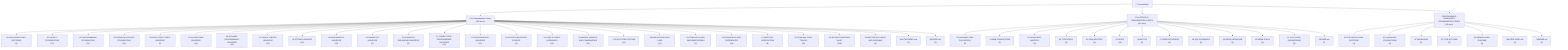
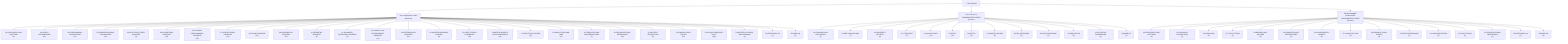
```mermaid
graph TD
  ROOT["🧠 Second Brain"]
  ROOT --> C_dsa_grandmaster_codex["DSA-Grandmaster-Codex<br/>(460 docs)"]
  C_dsa_grandmaster_codex --> C_dsa_grandmaster_codex_00_philosophy_and_doctrine["00-PHILOSOPHY-AND-DOCTRINE<br/>(9)"]
  C_dsa_grandmaster_codex --> C_dsa_grandmaster_codex_01_levels_progression["01-LEVELS-PROGRESSION<br/>(12)"]
  C_dsa_grandmaster_codex --> C_dsa_grandmaster_codex_02_programming_foundations["02-PROGRAMMING-FOUNDATIONS<br/>(11)"]
  C_dsa_grandmaster_codex --> C_dsa_grandmaster_codex_03_problem_solving_foundations["03-PROBLEM-SOLVING-FOUNDATIONS<br/>(13)"]
  C_dsa_grandmaster_codex --> C_dsa_grandmaster_codex_04_data_structures_universe["04-DATA-STRUCTURES-UNIVERSE<br/>(9)"]
  C_dsa_grandmaster_codex --> C_dsa_grandmaster_codex_05_algorithms_universe["05-ALGORITHMS-UNIVERSE<br/>(10)"]
  C_dsa_grandmaster_codex --> C_dsa_grandmaster_codex_06_dynamic_programming_universe["06-DYNAMIC-PROGRAMMING-UNIVERSE<br/>(22)"]
  C_dsa_grandmaster_codex --> C_dsa_grandmaster_codex_07_graph_theory_universe["07-GRAPH-THEORY-UNIVERSE<br/>(21)"]
  C_dsa_grandmaster_codex --> C_dsa_grandmaster_codex_08_string_universe["08-STRING-UNIVERSE<br/>(15)"]
  C_dsa_grandmaster_codex --> C_dsa_grandmaster_codex_09_mathematics_universe["09-MATHEMATICS-UNIVERSE<br/>(12)"]
  C_dsa_grandmaster_codex --> C_dsa_grandmaster_codex_10_geometry_universe["10-GEOMETRY-UNIVERSE<br/>(9)"]
  C_dsa_grandmaster_codex --> C_dsa_grandmaster_codex_11_advanced_paradigms_universe["11-ADVANCED-PARADIGMS-UNIVERSE<br/>(2)"]
  C_dsa_grandmaster_codex --> C_dsa_grandmaster_codex_12_competitive_programming_universe["12-COMPETITIVE-PROGRAMMING-UNIVERSE<br/>(13)"]
  C_dsa_grandmaster_codex --> C_dsa_grandmaster_codex_13_interview_dsa_universe["13-INTERVIEW-DSA-UNIVERSE<br/>(12)"]
  C_dsa_grandmaster_codex --> C_dsa_grandmaster_codex_14_algorithm_design_science["14-ALGORITHM-DESIGN-SCIENCE<br/>(9)"]
  C_dsa_grandmaster_codex --> C_dsa_grandmaster_codex_15_case_studies_legendary["15-CASE-STUDIES-LEGENDARY<br/>(16)"]
  C_dsa_grandmaster_codex --> C_dsa_grandmaster_codex_16_mental_models_and_frameworks["16-MENTAL-MODELS-AND-FRAMEWORKS<br/>(14)"]
  C_dsa_grandmaster_codex --> C_dsa_grandmaster_codex_17_execution_systems["17-EXECUTION-SYSTEMS<br/>(11)"]
  C_dsa_grandmaster_codex --> C_dsa_grandmaster_codex_18_simulations_and_labs["18-SIMULATIONS-AND-LABS<br/>(11)"]
  C_dsa_grandmaster_codex --> C_dsa_grandmaster_codex_19_templates_and_implementations["19-TEMPLATES-AND-IMPLEMENTATIONS<br/>(1)"]
  C_dsa_grandmaster_codex --> C_dsa_grandmaster_codex_20_resources_and_references["20-RESOURCES-AND-REFERENCES<br/>(34)"]
  C_dsa_grandmaster_codex --> C_dsa_grandmaster_codex_21_mastery_verification["21-MASTERY-VERIFICATION<br/>(8)"]
  C_dsa_grandmaster_codex --> C_dsa_grandmaster_codex_22_company_prep_tracks["22-COMPANY-PREP-TRACKS<br/>(12)"]
  C_dsa_grandmaster_codex --> C_dsa_grandmaster_codex_23_solved_problems_vault["23-SOLVED-PROBLEMS-VAULT<br/>(168)"]
  C_dsa_grandmaster_codex --> C_dsa_grandmaster_codex_24_master_syllabus_and_roadmap["24-MASTER-SYLLABUS-AND-ROADMAP<br/>(4)"]
  C_dsa_grandmaster_codex --> C_dsa_grandmaster_codex_master_indexmd["MASTER-INDEX.md<br/>(1)"]
  C_dsa_grandmaster_codex --> C_dsa_grandmaster_codex_readmemd["README.md<br/>(1)"]
-   ROOT --> C_fullstack_ai_grandmaster_codex["FULLSTACK-AI-GRANDMASTER-CODEX<br/>(90 docs)"]
+   ROOT --> C_fullstack_ai_grandmaster_codex["FULLSTACK-AI-GRANDMASTER-CODEX<br/>(92 docs)"]
  C_fullstack_ai_grandmaster_codex --> C_fullstack_ai_grandmaster_codex_00_roadmap_and_philosophy["00-ROADMAP-AND-PHILOSOPHY<br/>(5)"]
  C_fullstack_ai_grandmaster_codex --> C_fullstack_ai_grandmaster_codex_01_web_foundations["01-WEB-FOUNDATIONS<br/>(7)"]
  C_fullstack_ai_grandmaster_codex --> C_fullstack_ai_grandmaster_codex_02_javascript_mastery["02-JAVASCRIPT-MASTERY<br/>(9)"]
  C_fullstack_ai_grandmaster_codex --> C_fullstack_ai_grandmaster_codex_03_typescript["03-TYPESCRIPT<br/>(5)"]
-   C_fullstack_ai_grandmaster_codex --> C_fullstack_ai_grandmaster_codex_04_java_mastery["04-JAVA-MASTERY<br/>(9)"]
+   C_fullstack_ai_grandmaster_codex --> C_fullstack_ai_grandmaster_codex_04_java_mastery["04-JAVA-MASTERY<br/>(11)"]
  C_fullstack_ai_grandmaster_codex --> C_fullstack_ai_grandmaster_codex_05_react["05-REACT<br/>(12)"]
  C_fullstack_ai_grandmaster_codex --> C_fullstack_ai_grandmaster_codex_06_nextjs["06-NEXTJS<br/>(9)"]
  C_fullstack_ai_grandmaster_codex --> C_fullstack_ai_grandmaster_codex_07_nodejs_express["07-NODEJS-EXPRESS<br/>(9)"]
  C_fullstack_ai_grandmaster_codex --> C_fullstack_ai_grandmaster_codex_08_sql_databases["08-SQL-DATABASES<br/>(9)"]
  C_fullstack_ai_grandmaster_codex --> C_fullstack_ai_grandmaster_codex_09_nosql_mongodb["09-NOSQL-MONGODB<br/>(3)"]
  C_fullstack_ai_grandmaster_codex --> C_fullstack_ai_grandmaster_codex_10_mern_stack["10-MERN-STACK<br/>(6)"]
  C_fullstack_ai_grandmaster_codex --> C_fullstack_ai_grandmaster_codex_11_fullstack_engineering["11-FULLSTACK-ENGINEERING<br/>(6)"]
  C_fullstack_ai_grandmaster_codex --> C_fullstack_ai_grandmaster_codex_readmemd["README.md<br/>(1)"]
-   ROOT --> C_programming_languages_grandmaster_codex["PROGRAMMING-LANGUAGES-GRANDMASTER-CODEX<br/>(26 docs)"]
+   ROOT --> C_programming_languages_grandmaster_codex["PROGRAMMING-LANGUAGES-GRANDMASTER-CODEX<br/>(58 docs)"]
  C_programming_languages_grandmaster_codex --> C_programming_languages_grandmaster_codex_00_philosophy_and_doctrine["00-PHILOSOPHY-AND-DOCTRINE<br/>(4)"]
  C_programming_languages_grandmaster_codex --> C_programming_languages_grandmaster_codex_01_language_foundations["01-LANGUAGE-FOUNDATIONS<br/>(6)"]
  C_programming_languages_grandmaster_codex --> C_programming_languages_grandmaster_codex_02_paradigms["02-PARADIGMS<br/>(6)"]
  C_programming_languages_grandmaster_codex --> C_programming_languages_grandmaster_codex_03_type_systems["03-TYPE-SYSTEMS<br/>(5)"]
-   C_programming_languages_grandmaster_codex --> C_programming_languages_grandmaster_codex_04_memory_and_runtime["04-MEMORY-AND-RUNTIME<br/>(3)"]
+   C_programming_languages_grandmaster_codex --> C_programming_languages_grandmaster_codex_04_memory_and_runtime["04-MEMORY-AND-RUNTIME<br/>(4)"]
+   C_programming_languages_grandmaster_codex --> C_programming_languages_grandmaster_codex_05_compilers_and_interpreters["05-COMPILERS-AND-INTERPRETERS<br/>(5)"]
+   C_programming_languages_grandmaster_codex --> C_programming_languages_grandmaster_codex_06_concurrency_models["06-CONCURRENCY-MODELS<br/>(4)"]
+   C_programming_languages_grandmaster_codex --> C_programming_languages_grandmaster_codex_07_language_tour["07-LANGUAGE-TOUR<br/>(9)"]
+   C_programming_languages_grandmaster_codex --> C_programming_languages_grandmaster_codex_08_semantics_and_theory["08-SEMANTICS-AND-THEORY<br/>(4)"]
+   C_programming_languages_grandmaster_codex --> C_programming_languages_grandmaster_codex_09_metaprogramming["09-METAPROGRAMMING<br/>(2)"]
+   C_programming_languages_grandmaster_codex --> C_programming_languages_grandmaster_codex_10_language_design["10-LANGUAGE-DESIGN<br/>(3)"]
+   C_programming_languages_grandmaster_codex --> C_programming_languages_grandmaster_codex_11_case_studies["11-CASE-STUDIES<br/>(2)"]
+   C_programming_languages_grandmaster_codex --> C_programming_languages_grandmaster_codex_12_resources_and_references["12-RESOURCES-AND-REFERENCES<br/>(2)"]
  C_programming_languages_grandmaster_codex --> C_programming_languages_grandmaster_codex_master_indexmd["MASTER-INDEX.md<br/>(1)"]
  C_programming_languages_grandmaster_codex --> C_programming_languages_grandmaster_codex_readmemd["README.md<br/>(1)"]
```